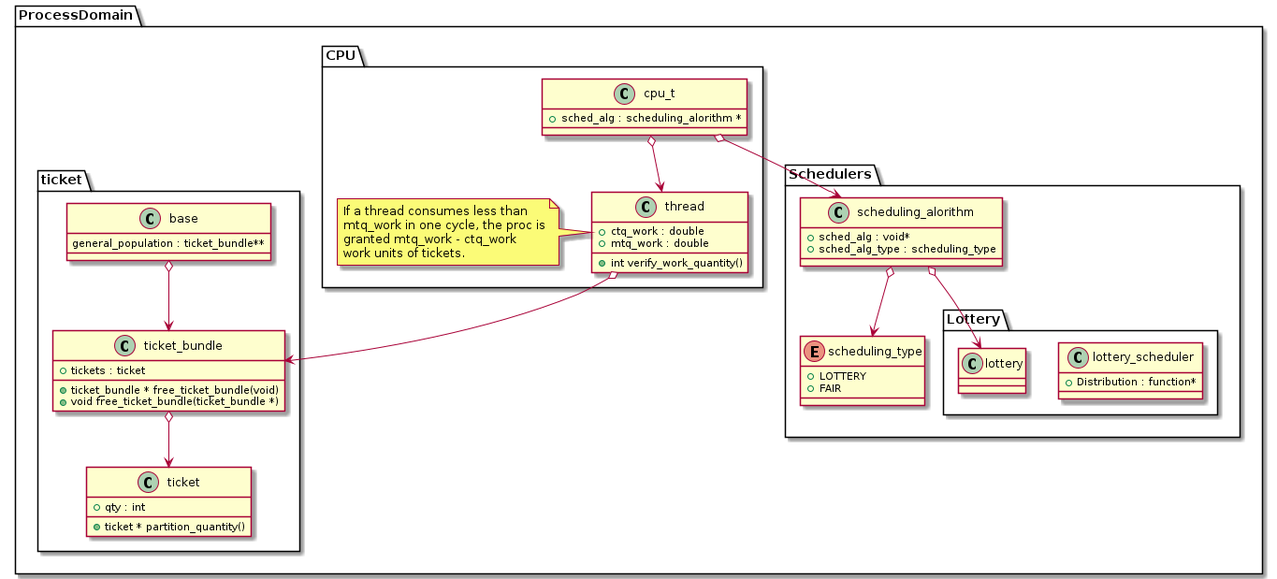
Before: documentation/uml_figure.png, a diagram exported from PlantUML (millipedes/Scheduling-Simulator).
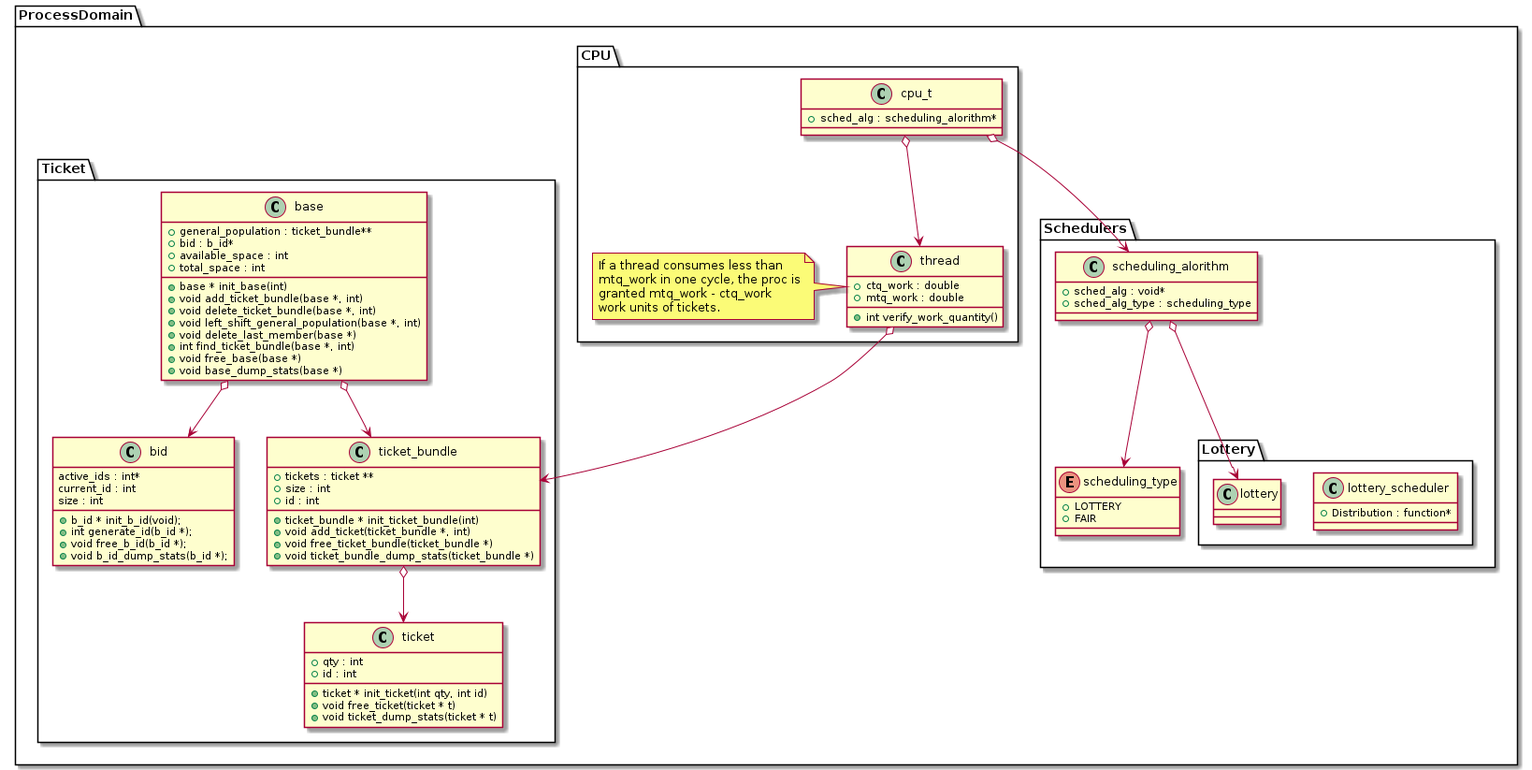
The same file after the commit.

Diff of the diagram source:
```diff
@@ -23,7 +23,7 @@
 
   package CPU {
     class cpu_t {
-      {field} + sched_alg : scheduling_alorithm *
+      {field} + sched_alg : scheduling_alorithm*
     }
     class thread {
         {field} + ctq_work : double
@@ -33,19 +33,47 @@
     note left of thread: If a thread consumes less than\nmtq_work in one cycle, the proc is\ngranted mtq_work - ctq_work\nwork units of tickets.
   }
 
-  package ticket {
+  package Ticket {
     class ticket_bundle {
-       {field} + tickets : ticket
-      {method} + ticket_bundle * free_ticket_bundle(void)
+       {field} + tickets : ticket **
+       {field} + size : int
+       {field} + id : int
+      {method} + ticket_bundle * init_ticket_bundle(int)
+      {method} + void add_ticket(ticket_bundle *, int)
       {method} + void free_ticket_bundle(ticket_bundle *)
+      {method} + void ticket_bundle_dump_stats(ticket_bundle *)
     }
     class ticket {
        {field} + qty : int
-      {method} + ticket * partition_quantity()
+       {field} + id : int
+      {method} + ticket * init_ticket(int qty, int id)
+      {method} + void free_ticket(ticket * t)
+      {method} + void ticket_dump_stats(ticket * t)
     }
 
     class base {
-      {field} general_population : ticket_bundle**
+       {field} + general_population : ticket_bundle**
+       {field} + bid : b_id*
+       {field} + available_space : int
+       {field} + total_space : int
+      {method} + base * init_base(int)
+      {method} + void add_ticket_bundle(base *, int)
+      {method} + void delete_ticket_bundle(base *, int)
+      {method} + void left_shift_general_population(base *, int)
+      {method} + void delete_last_member(base *)
+      {method} + int find_ticket_bundle(base *, int)
+      {method} + void free_base(base *)
+      {method} + void base_dump_stats(base *)
+    }
+
+    class bid {
+       {field} active_ids : int*
+       {field} current_id : int
+       {field} size : int
+      {method} + b_id * init_b_id(void);
+      {method} + int generate_id(b_id *);
+      {method} + void free_b_id(b_id *);
+      {method} + void b_id_dump_stats(b_id *);
     }
   }
 }
@@ -56,6 +84,7 @@
 thread o--> ticket_bundle
 ticket_bundle o--> ticket
 base o--> ticket_bundle
+base o--> bid
 
 scheduling_alorithm o--> lottery
 scheduling_alorithm o--> scheduling_type
```
